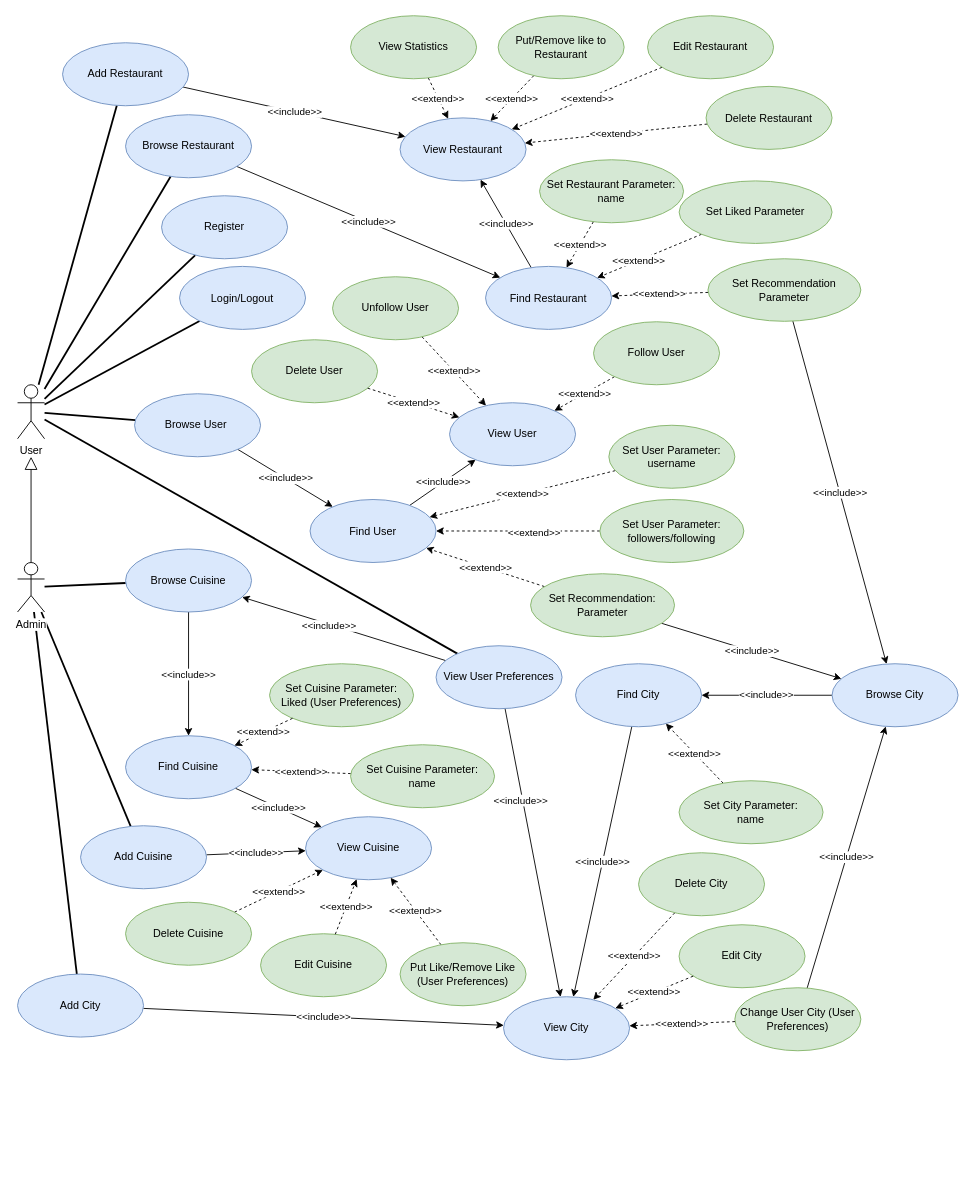
Above: diagrams/usecases.drawio in spampas/restaurant_recommendation_graphdb (draw.io), before the change. Source tidied: cells renumbered, new cells numbered last; positions are measured from the earlier drawing's top-left corner, leaving out a move shared by most shapes. Both pictures are drawn from the tidied source at 90%, with x=0, y=0 at pixel (17, 15).
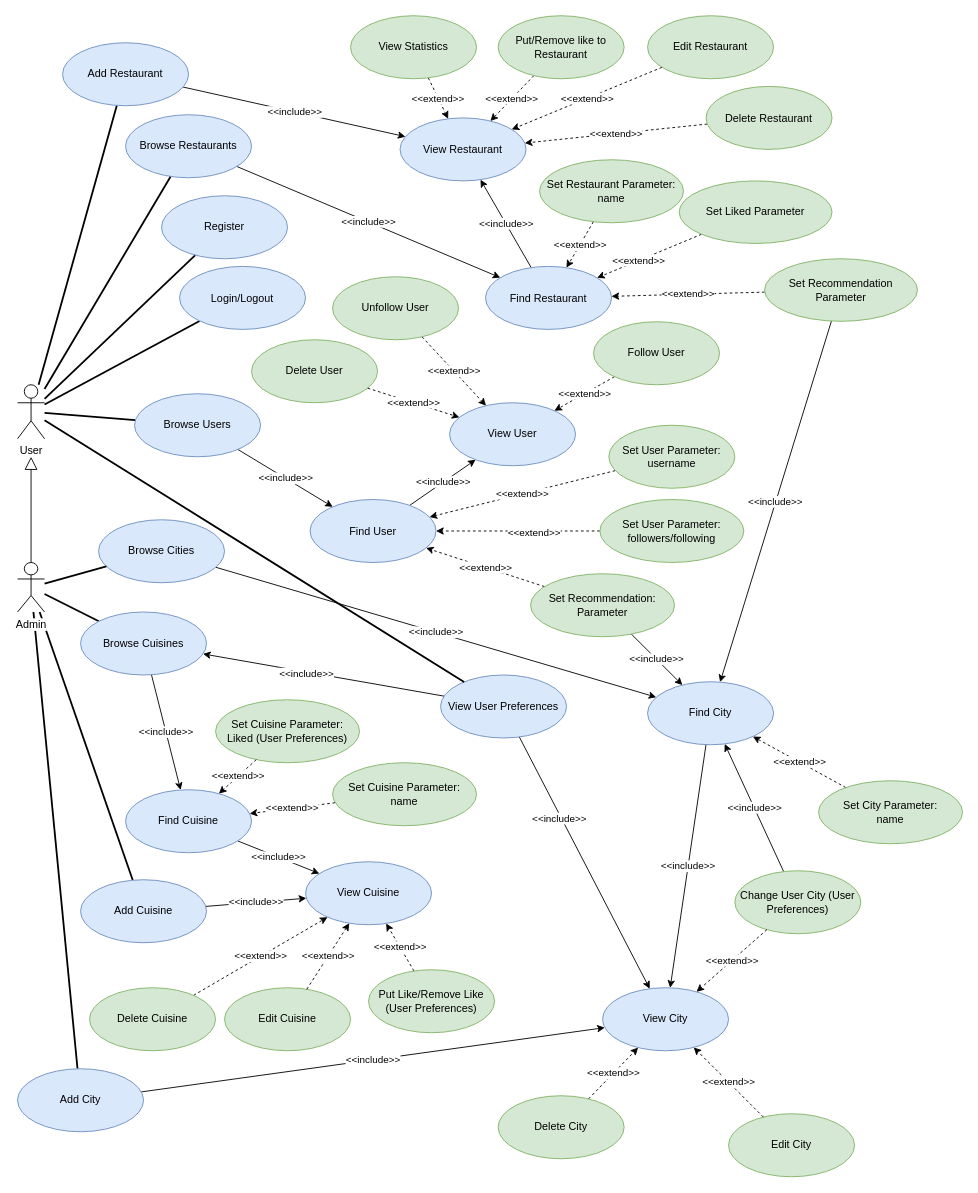
After the change.

Commit message:
Update usecases.drawio (needs rearrange)

Unchanged cells that the change refers to:
```xml
<mxCell id="41" value="Set Recommendation: Parameter" style="ellipse;whiteSpace=wrap;html=1;fontSize=12;fillColor=#d5e8d4;strokeColor=#82b366;" parent="1" vertex="1">
  <mxGeometry x="570" y="620" width="160" height="70" as="geometry" />
</mxCell>
<mxCell id="45" value="Admin" style="shape=umlActor;verticalLabelPosition=bottom;labelBackgroundColor=#ffffff;verticalAlign=top;html=1;" parent="1" vertex="1">
  <mxGeometry y="607.5" width="30" height="55" as="geometry" />
</mxCell>
<mxCell id="93" value="User" style="shape=umlActor;verticalLabelPosition=bottom;labelBackgroundColor=#ffffff;verticalAlign=top;html=1;" parent="1" vertex="1">
  <mxGeometry y="410" width="30" height="60" as="geometry" />
</mxCell>
```

What changed in the source:
```diff
@@
-    <mxCell id="18" value="Browse User&amp;nbsp;" style="ellipse;whiteSpace=wrap;html=1;fontSize=12;fillColor=#dae8fc;strokeColor=#6c8ebf;" parent="1" vertex="1">
+    <mxCell id="18" value="Browse Users" style="ellipse;whiteSpace=wrap;html=1;fontSize=12;fillColor=#dae8fc;strokeColor=#6c8ebf;" parent="1" vertex="1">
       <mxGeometry x="130" y="420" width="140" height="70" as="geometry" />
     </mxCell>
@@
-    <mxCell id="29" value="Browse Restaurant" style="ellipse;whiteSpace=wrap;html=1;fontSize=12;fillColor=#dae8fc;strokeColor=#6c8ebf;" parent="1" vertex="1">
+    <mxCell id="29" value="Browse Restaurants" style="ellipse;whiteSpace=wrap;html=1;fontSize=12;fillColor=#dae8fc;strokeColor=#6c8ebf;" parent="1" vertex="1">
       <mxGeometry x="120" y="110" width="140" height="70" as="geometry" />
     </mxCell>
@@
-    <mxCell id="35" value="&amp;lt;&amp;lt;include&amp;gt;&amp;gt;" style="edgeStyle=none;rounded=0;jettySize=auto;html=1;" parent="1" edge="1" source="36" target="57">
+    <mxCell id="35" value="&amp;lt;&amp;lt;include&amp;gt;&amp;gt;" style="edgeStyle=none;rounded=0;jettySize=auto;html=1;" parent="1" edge="1" source="36" target="61">
       <mxGeometry relative="1" as="geometry" />
     </mxCell>
     <mxCell id="36" value="Set Recommendation Parameter" style="ellipse;whiteSpace=wrap;html=1;fontSize=12;fillColor=#d5e8d4;strokeColor=#82b366;" parent="1" vertex="1">
-      <mxGeometry x="767.1" y="270" width="169.9" height="69.5" as="geometry" />
+      <mxGeometry x="830" y="270" width="169.9" height="69.5" as="geometry" />
     </mxCell>
@@
-    <mxCell id="40" value="&amp;lt;&amp;lt;include&amp;gt;&amp;gt;" style="edgeStyle=none;rounded=0;jettySize=auto;html=1;" parent="1" edge="1" source="41" target="57">
+    <mxCell id="40" value="&amp;lt;&amp;lt;include&amp;gt;&amp;gt;" style="edgeStyle=none;rounded=0;jettySize=auto;html=1;" parent="1" edge="1" source="41" target="61">
       <mxGeometry relative="1" as="geometry" />
     </mxCell>
@@
     <mxCell id="47" value="Add City" style="ellipse;whiteSpace=wrap;html=1;fontSize=12;fillColor=#dae8fc;strokeColor=#6c8ebf;" parent="1" vertex="1">
-      <mxGeometry y="1064.8" width="140" height="70" as="geometry" />
+      <mxGeometry y="1170" width="140" height="70" as="geometry" />
     </mxCell>
@@
     <mxCell id="49" value="Add Cuisine" style="ellipse;whiteSpace=wrap;html=1;fontSize=12;fillColor=#dae8fc;strokeColor=#6c8ebf;" parent="1" vertex="1">
-      <mxGeometry x="70" y="900" width="140" height="70" as="geometry" />
+      <mxGeometry x="70" y="960" width="140" height="70" as="geometry" />
     </mxCell>
     <mxCell id="50" value="View Cuisine" style="ellipse;whiteSpace=wrap;html=1;fontSize=12;fillColor=#dae8fc;strokeColor=#6c8ebf;" parent="1" vertex="1">
-      <mxGeometry x="320" y="890" width="140" height="70" as="geometry" />
+      <mxGeometry x="320" y="940" width="140" height="70" as="geometry" />
     </mxCell>
     <mxCell id="51" value="View City" style="ellipse;whiteSpace=wrap;html=1;fontSize=12;fillColor=#dae8fc;strokeColor=#6c8ebf;" parent="1" vertex="1">
-      <mxGeometry x="540" y="1090" width="140" height="70" as="geometry" />
+      <mxGeometry x="650" y="1080" width="140" height="70" as="geometry" />
     </mxCell>
@@
     <mxCell id="53" value="Delete Cuisine" style="ellipse;whiteSpace=wrap;html=1;fontSize=12;fillColor=#d5e8d4;strokeColor=#82b366;" parent="1" vertex="1">
-      <mxGeometry x="120" y="985" width="140" height="70" as="geometry" />
+      <mxGeometry x="80" y="1080" width="140" height="70" as="geometry" />
     </mxCell>
@@
     <mxCell id="55" value="Delete City" style="ellipse;whiteSpace=wrap;html=1;fontSize=12;fillColor=#d5e8d4;strokeColor=#82b366;" parent="1" vertex="1">
-      <mxGeometry x="690" y="930" width="140" height="70" as="geometry" />
+      <mxGeometry x="534" y="1200" width="140" height="70" as="geometry" />
     </mxCell>
@@
-    <mxCell id="57" value="Browse City" style="ellipse;whiteSpace=wrap;html=1;fontSize=12;fillColor=#dae8fc;strokeColor=#6c8ebf;" parent="1" vertex="1">
-      <mxGeometry x="905" y="720" width="140" height="70" as="geometry" />
-    </mxCell>
@@
-    <mxCell id="59" value="Browse Cuisine" style="ellipse;whiteSpace=wrap;html=1;fontSize=12;fillColor=#dae8fc;strokeColor=#6c8ebf;" parent="1" vertex="1">
-      <mxGeometry x="120" y="592.5" width="140" height="70" as="geometry" />
+    <mxCell id="59" value="Browse Cuisines" style="ellipse;whiteSpace=wrap;html=1;fontSize=12;fillColor=#dae8fc;strokeColor=#6c8ebf;" parent="1" vertex="1">
+      <mxGeometry x="70" y="662.5" width="140" height="70" as="geometry" />
     </mxCell>
@@
     <mxCell id="61" value="Find City" style="ellipse;whiteSpace=wrap;html=1;fontSize=12;fillColor=#dae8fc;strokeColor=#6c8ebf;" parent="1" vertex="1">
-      <mxGeometry x="620" y="720" width="140" height="70" as="geometry" />
+      <mxGeometry x="700" y="740" width="140" height="70" as="geometry" />
     </mxCell>
@@
     <mxCell id="63" value="Set City Parameter:&lt;br&gt;name" style="ellipse;whiteSpace=wrap;html=1;fontSize=12;fillColor=#d5e8d4;strokeColor=#82b366;" parent="1" vertex="1">
-      <mxGeometry x="735" y="850" width="160" height="70" as="geometry" />
+      <mxGeometry x="890" y="850" width="160" height="70" as="geometry" />
     </mxCell>
@@
     <mxCell id="65" value="Find Cuisine" style="ellipse;whiteSpace=wrap;html=1;fontSize=12;fillColor=#dae8fc;strokeColor=#6c8ebf;" parent="1" vertex="1">
-      <mxGeometry x="120" y="800" width="140" height="70" as="geometry" />
+      <mxGeometry x="120" y="860" width="140" height="70" as="geometry" />
     </mxCell>
@@
     <mxCell id="67" value="Set Cuisine Parameter:&lt;br&gt;name" style="ellipse;whiteSpace=wrap;html=1;fontSize=12;fillColor=#d5e8d4;strokeColor=#82b366;" parent="1" vertex="1">
-      <mxGeometry x="370" y="810" width="160" height="70" as="geometry" />
+      <mxGeometry x="350" y="830" width="160" height="70" as="geometry" />
     </mxCell>
@@
     <mxCell id="69" value="Put Like/Remove Like&lt;br&gt;(User Preferences)" style="ellipse;whiteSpace=wrap;html=1;fontSize=12;fillColor=#d5e8d4;strokeColor=#82b366;" parent="1" vertex="1">
-      <mxGeometry x="425" y="1030" width="140" height="70" as="geometry" />
+      <mxGeometry x="390" y="1060" width="140" height="70" as="geometry" />
     </mxCell>
@@
     <mxCell id="78" value="Edit Cuisine" style="ellipse;whiteSpace=wrap;html=1;fontSize=12;fillColor=#d5e8d4;strokeColor=#82b366;" parent="1" vertex="1">
-      <mxGeometry x="270" y="1020" width="140" height="70" as="geometry" />
+      <mxGeometry x="230" y="1080" width="140" height="70" as="geometry" />
     </mxCell>
@@
     <mxCell id="80" value="Edit City" style="ellipse;whiteSpace=wrap;html=1;fontSize=12;fillColor=#d5e8d4;strokeColor=#82b366;" parent="1" vertex="1">
-      <mxGeometry x="735" y="1010" width="140" height="70" as="geometry" />
+      <mxGeometry x="790" y="1220" width="140" height="70" as="geometry" />
     </mxCell>
@@
-    <mxCell id="82" style="edgeStyle=none;rounded=0;jettySize=auto;html=1;endArrow=none;endFill=0;strokeWidth=2;" parent="1" edge="1" source="87" target="93">
-      <mxGeometry relative="1" as="geometry" />
-    </mxCell>
@@
     <mxCell id="87" value="View User Preferences" style="ellipse;whiteSpace=wrap;html=1;fontSize=12;fillColor=#dae8fc;strokeColor=#6c8ebf;" parent="1" vertex="1">
-      <mxGeometry x="465" y="700" width="140" height="70" as="geometry" />
+      <mxGeometry x="470" y="732.5" width="140" height="70" as="geometry" />
     </mxCell>
     <mxCell id="88" value="Set Cuisine Parameter:&lt;br&gt;Liked (User Preferences)" style="ellipse;whiteSpace=wrap;html=1;fontSize=12;fillColor=#d5e8d4;strokeColor=#82b366;" parent="1" vertex="1">
-      <mxGeometry x="280" y="720" width="160" height="70" as="geometry" />
+      <mxGeometry x="220" y="760" width="160" height="70" as="geometry" />
     </mxCell>
@@
-    <mxCell id="90" value="&amp;lt;&amp;lt;include&amp;gt;&amp;gt;" style="rounded=0;jettySize=auto;html=1;" parent="1" edge="1" source="91" target="57">
+    <mxCell id="90" value="&amp;lt;&amp;lt;include&amp;gt;&amp;gt;" style="rounded=0;jettySize=auto;html=1;" parent="1" edge="1" source="91" target="61">
       <mxGeometry relative="1" as="geometry" />
     </mxCell>
     <mxCell id="91" value="Change User City (User Preferences)" style="ellipse;whiteSpace=wrap;html=1;fontSize=12;fillColor=#d5e8d4;strokeColor=#82b366;" parent="1" vertex="1">
-      <mxGeometry x="797" y="1080" width="140" height="70" as="geometry" />
+      <mxGeometry x="797" y="950" width="140" height="70" as="geometry" />
     </mxCell>
@@
+    <mxCell id="57" value="Browse Cities" style="ellipse;whiteSpace=wrap;html=1;fontSize=12;fillColor=#dae8fc;strokeColor=#6c8ebf;" parent="1" vertex="1">
+      <mxGeometry x="90" y="560" width="140" height="70" as="geometry" />
+    </mxCell>
+    <mxCell id="96" style="edgeStyle=none;rounded=0;jettySize=auto;html=1;endArrow=none;endFill=0;strokeWidth=2;" parent="1" edge="1" source="45" target="57">
+      <mxGeometry relative="1" as="geometry" />
+    </mxCell>
+    <mxCell id="97" style="edgeStyle=none;rounded=0;jettySize=auto;html=1;endArrow=none;endFill=0;strokeWidth=2;" parent="1" edge="1" source="93" target="87">
+      <mxGeometry relative="1" as="geometry" />
+    </mxCell>
```
